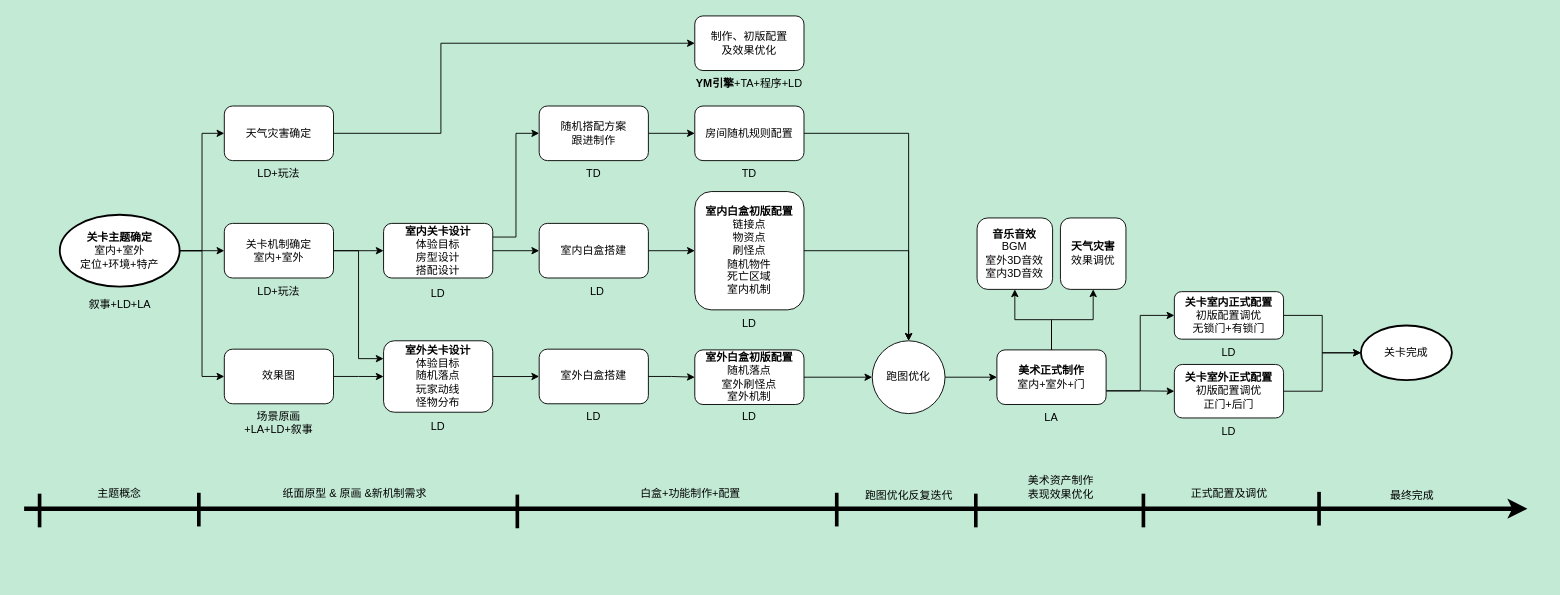
Above: MAYDAY关卡设计流程.drawio in LittleTrain0321/15150400109Wy (draw.io), before the change. Source tidied: cells renumbered, new cells numbered last; positions are measured from the earlier drawing's top-left corner, leaving out a move shared by most shapes. Both pictures are drawn from the tidied source at 91%, with x=0, y=0 at pixel (24, 15).
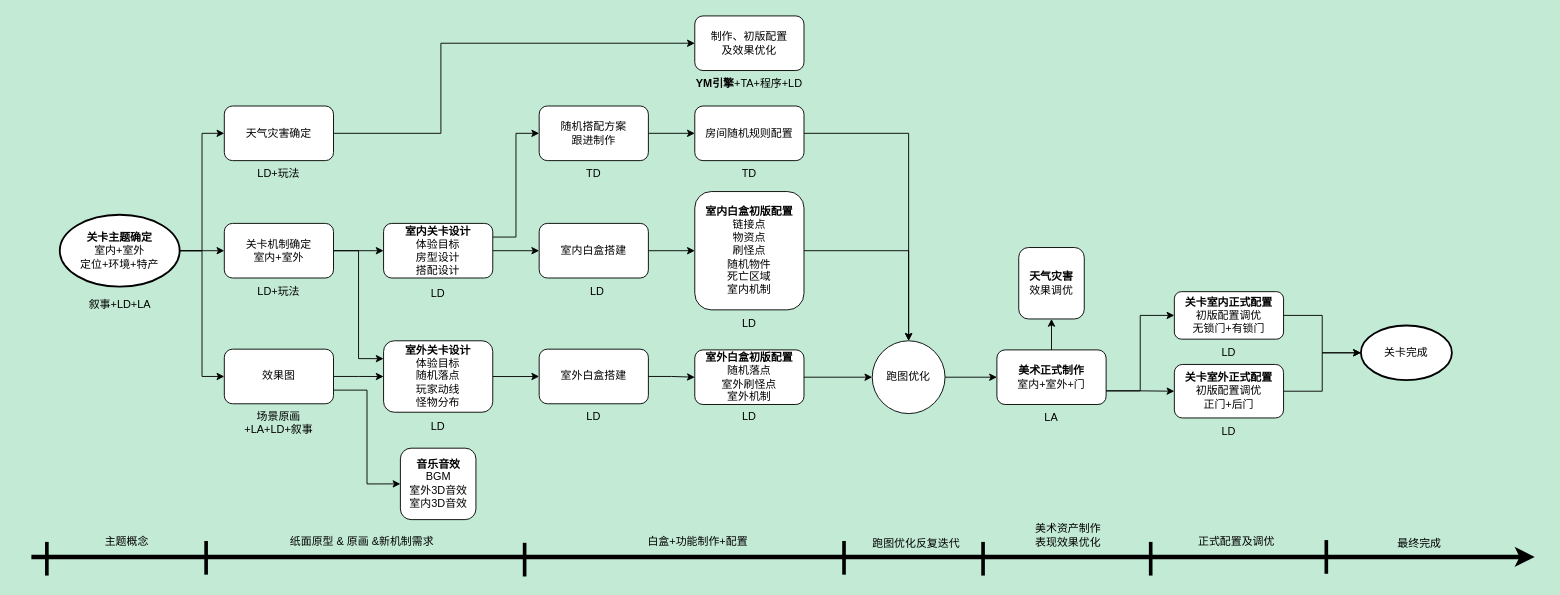
Above is the later version.

Commit message:
更新MAYDAY关卡设计流程.drawio

The change refers to these unchanged cells:
```xml
<mxCell id="16" value="效果图" style="rounded=1;whiteSpace=wrap;html=1;" parent="1" vertex="1">
  <mxGeometry x="220" y="366.2" width="120" height="60" as="geometry" />
</mxCell>
<mxCell id="47" value="&lt;b&gt;美术正式制作&lt;/b&gt;&lt;br&gt;室内+室外+门" style="rounded=1;whiteSpace=wrap;html=1;" parent="1" vertex="1">
  <mxGeometry x="1069" y="367" width="120" height="60" as="geometry" />
</mxCell>
```

Change to the diagram source:
```diff
@@
+    <mxCell id="77" style="edgeStyle=orthogonalEdgeStyle;rounded=0;jettySize=auto;html=1;exitX=1;exitY=0.75;exitDx=0;exitDy=0;entryX=0;entryY=0.5;entryDx=0;entryDy=0;" parent="1" edge="1" source="16" target="30">
+      <mxGeometry relative="1" as="geometry" />
+    </mxCell>
@@
-    <mxCell id="30" value="&lt;b&gt;音乐音效&lt;/b&gt;&lt;div&gt;BGM&lt;/div&gt;&lt;div&gt;室外3D音效&lt;/div&gt;&lt;div&gt;室内3D音效&lt;/div&gt;" style="rounded=1;whiteSpace=wrap;html=1;" parent="1" vertex="1">
-      <mxGeometry x="1047.2" y="222" width="83" height="78.5" as="geometry" />
-    </mxCell>
@@
-    <mxCell id="43" style="edgeStyle=orthogonalEdgeStyle;rounded=0;jettySize=auto;html=1;exitX=0.5;exitY=0;exitDx=0;exitDy=0;entryX=0.5;entryY=1;entryDx=0;entryDy=0;" parent="1" edge="1" source="47" target="30">
-      <mxGeometry relative="1" as="geometry" />
-    </mxCell>
@@
     <mxCell id="57" value="&lt;b&gt;天气灾害&lt;/b&gt;&lt;div&gt;效果调优&lt;/div&gt;" style="rounded=1;whiteSpace=wrap;html=1;" parent="1" vertex="1">
-      <mxGeometry x="1138.8" y="222" width="72" height="78.5" as="geometry" />
+      <mxGeometry x="1093" y="254.5" width="72" height="78.5" as="geometry" />
     </mxCell>
     <mxCell id="58" style="endArrow=classic;html=1;rounded=0;strokeWidth=5;" parent="1" edge="1">
       <mxGeometry relative="1" as="geometry">
-        <mxPoint y="541.5" as="sourcePoint" />
-        <mxPoint x="1652" y="541.5" as="targetPoint" />
+        <mxPoint x="8" y="594.5" as="sourcePoint" />
+        <mxPoint x="1660" y="594.5" as="targetPoint" />
       </mxGeometry>
     </mxCell>
     <mxCell id="59" style="endArrow=none;html=1;rounded=0;strokeWidth=4;" parent="1" edge="1">
       <mxGeometry relative="1" as="geometry">
-        <mxPoint x="17" y="562" as="sourcePoint" />
-        <mxPoint x="17" y="525" as="targetPoint" />
+        <mxPoint x="25" y="615" as="sourcePoint" />
+        <mxPoint x="25" y="578" as="targetPoint" />
       </mxGeometry>
     </mxCell>
     <mxCell id="60" style="endArrow=none;html=1;rounded=0;strokeWidth=4;" parent="1" edge="1">
       <mxGeometry relative="1" as="geometry">
-        <mxPoint x="192" y="561" as="sourcePoint" />
-        <mxPoint x="192" y="524" as="targetPoint" />
+        <mxPoint x="200" y="614" as="sourcePoint" />
+        <mxPoint x="200" y="577" as="targetPoint" />
       </mxGeometry>
     </mxCell>
     <mxCell id="61" value="主题概念" style="text;html=1;align=center;verticalAlign=middle;whiteSpace=wrap;rounded=0;" parent="1" vertex="1">
-      <mxGeometry x="75" y="509.8" width="60" height="30" as="geometry" />
+      <mxGeometry x="83" y="562.8" width="60" height="30" as="geometry" />
     </mxCell>
     <mxCell id="62" value="纸面原型 &amp;amp; 原画 &amp;amp;新机制需求" style="text;html=1;align=center;verticalAlign=middle;whiteSpace=wrap;rounded=0;" parent="1" vertex="1">
-      <mxGeometry x="280" y="509.8" width="167" height="30" as="geometry" />
+      <mxGeometry x="288" y="562.8" width="167" height="30" as="geometry" />
     </mxCell>
     <mxCell id="63" style="endArrow=none;html=1;rounded=0;strokeWidth=4;" parent="1" edge="1">
       <mxGeometry relative="1" as="geometry">
-        <mxPoint x="542" y="563" as="sourcePoint" />
-        <mxPoint x="542" y="526" as="targetPoint" />
+        <mxPoint x="550" y="616" as="sourcePoint" />
+        <mxPoint x="550" y="579" as="targetPoint" />
       </mxGeometry>
     </mxCell>
     <mxCell id="64" value="白盒+功能制作+配置" style="text;html=1;align=center;verticalAlign=middle;whiteSpace=wrap;rounded=0;" parent="1" vertex="1">
-      <mxGeometry x="649" y="509.8" width="167" height="30" as="geometry" />
+      <mxGeometry x="657" y="562.8" width="167" height="30" as="geometry" />
     </mxCell>
     <mxCell id="65" style="endArrow=none;html=1;rounded=0;strokeWidth=4;" parent="1" edge="1">
       <mxGeometry relative="1" as="geometry">
-        <mxPoint x="893" y="561" as="sourcePoint" />
-        <mxPoint x="893" y="524" as="targetPoint" />
+        <mxPoint x="901" y="614" as="sourcePoint" />
+        <mxPoint x="901" y="577" as="targetPoint" />
       </mxGeometry>
     </mxCell>
     <mxCell id="66" value="跑图优化反复迭代" style="text;html=1;align=center;verticalAlign=middle;whiteSpace=wrap;rounded=0;" parent="1" vertex="1">
-      <mxGeometry x="888.5" y="512" width="167" height="30" as="geometry" />
+      <mxGeometry x="896.5" y="565" width="167" height="30" as="geometry" />
     </mxCell>
     <mxCell id="67" style="endArrow=none;html=1;rounded=0;strokeWidth=4;" parent="1" edge="1">
       <mxGeometry relative="1" as="geometry">
-        <mxPoint x="1045.8" y="562" as="sourcePoint" />
-        <mxPoint x="1045.8" y="525" as="targetPoint" />
+        <mxPoint x="1053.8" y="615" as="sourcePoint" />
+        <mxPoint x="1053.8" y="578" as="targetPoint" />
       </mxGeometry>
     </mxCell>
     <mxCell id="68" value="美术资产制作&lt;div&gt;表现效果优化&lt;/div&gt;" style="text;html=1;align=center;verticalAlign=middle;whiteSpace=wrap;rounded=0;" parent="1" vertex="1">
-      <mxGeometry x="1055.5" y="503" width="167" height="30" as="geometry" />
+      <mxGeometry x="1063.5" y="556" width="167" height="30" as="geometry" />
     </mxCell>
     <mxCell id="69" style="endArrow=none;html=1;rounded=0;strokeWidth=4;" parent="1" edge="1">
       <mxGeometry relative="1" as="geometry">
-        <mxPoint x="1230" y="562" as="sourcePoint" />
-        <mxPoint x="1230" y="525" as="targetPoint" />
+        <mxPoint x="1238" y="615" as="sourcePoint" />
+        <mxPoint x="1238" y="578" as="targetPoint" />
       </mxGeometry>
     </mxCell>
     <mxCell id="70" value="正式配置及调优" style="text;html=1;align=center;verticalAlign=middle;whiteSpace=wrap;rounded=0;" parent="1" vertex="1">
-      <mxGeometry x="1240.5" y="509.8" width="167" height="30" as="geometry" />
+      <mxGeometry x="1248.5" y="562.8" width="167" height="30" as="geometry" />
     </mxCell>
@@
     <mxCell id="74" style="endArrow=none;html=1;rounded=0;strokeWidth=4;" parent="1" edge="1">
       <mxGeometry relative="1" as="geometry">
-        <mxPoint x="1423" y="560" as="sourcePoint" />
-        <mxPoint x="1423" y="523" as="targetPoint" />
+        <mxPoint x="1431" y="613" as="sourcePoint" />
+        <mxPoint x="1431" y="576" as="targetPoint" />
       </mxGeometry>
     </mxCell>
     <mxCell id="75" value="最终完成" style="text;html=1;align=center;verticalAlign=middle;whiteSpace=wrap;rounded=0;" parent="1" vertex="1">
-      <mxGeometry x="1442" y="512" width="167" height="30" as="geometry" />
+      <mxGeometry x="1450" y="565" width="167" height="30" as="geometry" />
     </mxCell>
@@
+    <mxCell id="30" value="&lt;b&gt;音乐音效&lt;/b&gt;&lt;div&gt;BGM&lt;/div&gt;&lt;div&gt;室外3D音效&lt;/div&gt;&lt;div&gt;室内3D音效&lt;/div&gt;" style="rounded=1;whiteSpace=wrap;html=1;" parent="1" vertex="1">
+      <mxGeometry x="413.5" y="475" width="83" height="78.5" as="geometry" />
+    </mxCell>
```
